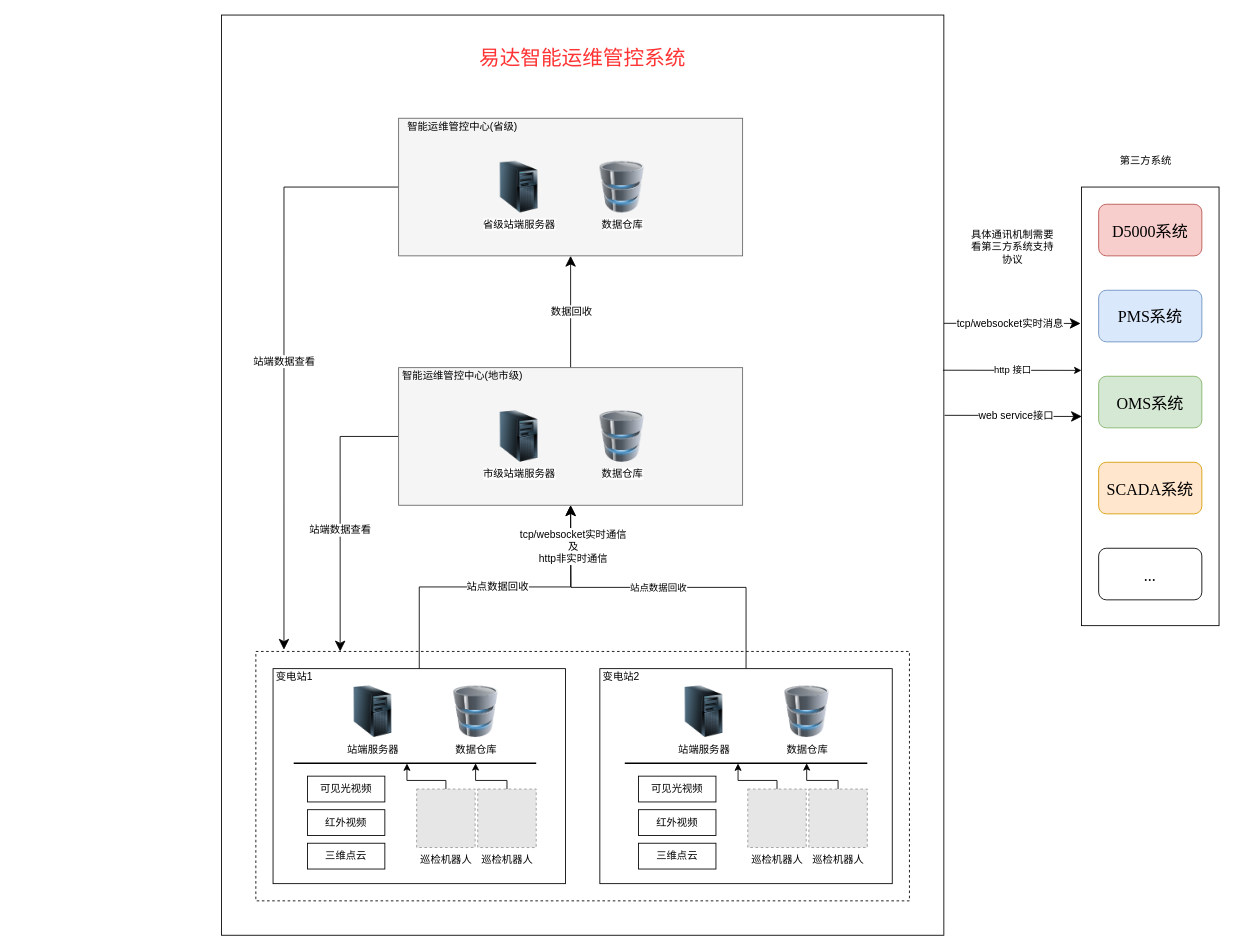
Above: 易达智慧运维平台系统架构图.drawio in wangyufei0807/draw (draw.io), before the change. Source tidied: cells renumbered, new cells numbered last; positions are measured from the earlier drawing's top-left corner, leaving out a move shared by most shapes. Both pictures are drawn from the tidied source at 86%, with x=0, y=0 at pixel (221, 15). Pictures stored in the file or linked from it are replaced by grey dashed boxes.
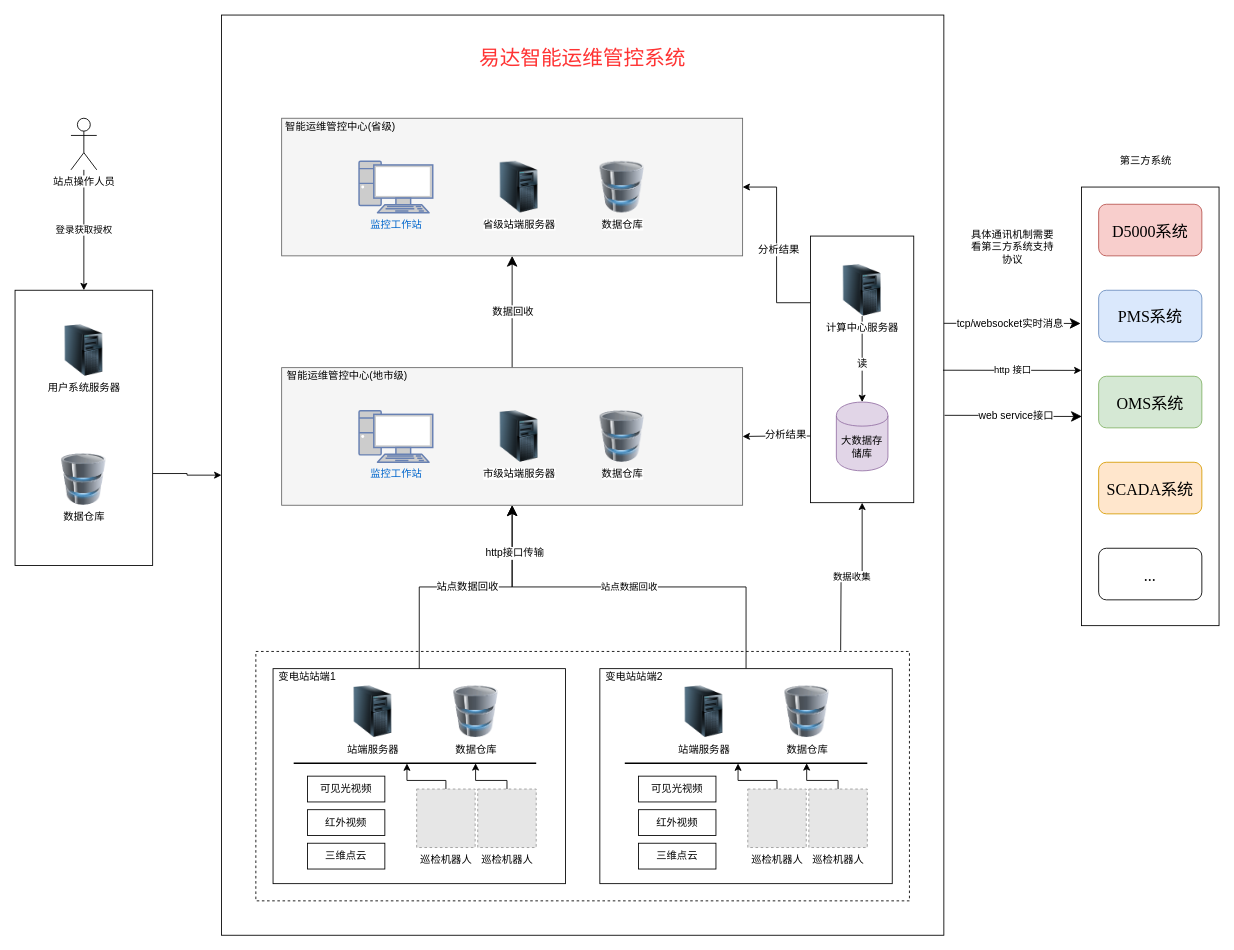
The same page after the edit.

Commit message:
更新易达智慧运维平台系统架构图.drawio

The change refers to these unchanged cells:
```xml
<mxCell id="6" style="rounded=0;whiteSpace=wrap;html=1;" parent="1" vertex="1">
  <mxGeometry width="840" height="1070" as="geometry" />
</mxCell>
<mxCell id="7" style="rounded=0;whiteSpace=wrap;html=1;dashed=1;" parent="1" vertex="1">
  <mxGeometry x="40" y="740" width="760" height="290" as="geometry" />
</mxCell>
<mxCell id="13" style="rounded=0;whiteSpace=wrap;html=1;" parent="1" vertex="1">
  <mxGeometry x="440" y="760" width="340" height="250" as="geometry" />
</mxCell>
```

Change to the diagram source:
```diff
@@
+    <mxCell id="65" style="edgeStyle=orthogonalEdgeStyle;rounded=0;jettySize=auto;html=1;exitX=0;exitY=0.5;exitDx=0;exitDy=0;entryX=1;entryY=0.666;entryDx=0;entryDy=0;entryPerimeter=0;startArrow=classic;startFill=1;endArrow=none;endFill=0;" parent="1" edge="1" source="6" target="77">
+      <mxGeometry relative="1" as="geometry">
+        <Array as="points">
+          <mxPoint x="-40" y="535" />
+          <mxPoint x="-40" y="533" />
+        </Array>
+      </mxGeometry>
+    </mxCell>
@@
-    <mxCell id="11" value="站点数据回收" style="edgeStyle=orthogonalEdgeStyle;rounded=0;jettySize=auto;html=1;exitX=0.5;exitY=0;exitDx=0;exitDy=0;endSize=10;targetPerimeterSpacing=0;" parent="1" edge="1" source="13">
-      <mxGeometry relative="1" as="geometry">
-        <mxPoint x="406" y="570" as="targetPoint" />
-      </mxGeometry>
+    <mxCell id="11" value="站点数据回收" style="edgeStyle=orthogonalEdgeStyle;rounded=0;jettySize=auto;html=1;exitX=0.5;exitY=0;exitDx=0;exitDy=0;endSize=10;targetPerimeterSpacing=0;entryX=0.5;entryY=1;entryDx=0;entryDy=0;" parent="1" edge="1" source="13" target="25">
+      <mxGeometry relative="1" as="geometry" />
     </mxCell>
-    <mxCell id="12" value="tcp/websocket实时通信&lt;br&gt;及&lt;br&gt;http非实时通信" style="text;html=1;align=center;verticalAlign=middle;labelBackgroundColor=#ffffff;" parent="11" vertex="1">
+    <mxCell id="12" value="http接口传输" style="text;html=1;align=center;verticalAlign=middle;labelBackgroundColor=#ffffff;" parent="11" vertex="1">
       <mxGeometry x="0.76" y="-2" relative="1" as="geometry" />
     </mxCell>
@@
-    <mxCell id="14" value="变电站1" style="text;html=1;strokeColor=none;fillColor=none;align=center;verticalAlign=middle;whiteSpace=wrap;rounded=0;" parent="1" vertex="1">
-      <mxGeometry x="60" y="760" width="50" height="20" as="geometry" />
+    <mxCell id="14" value="变电站站端1" style="text;html=1;strokeColor=none;fillColor=none;align=center;verticalAlign=middle;whiteSpace=wrap;rounded=0;" parent="1" vertex="1">
+      <mxGeometry x="60" y="760" width="80" height="20" as="geometry" />
     </mxCell>
-    <mxCell id="15" value="变电站2" style="text;html=1;strokeColor=none;fillColor=none;align=center;verticalAlign=middle;whiteSpace=wrap;rounded=0;" parent="1" vertex="1">
-      <mxGeometry x="440" y="760" width="50" height="20" as="geometry" />
+    <mxCell id="15" value="变电站站端2" style="text;html=1;strokeColor=none;fillColor=none;align=center;verticalAlign=middle;whiteSpace=wrap;rounded=0;" parent="1" vertex="1">
+      <mxGeometry x="440" y="760" width="80" height="20" as="geometry" />
     </mxCell>
@@
-    <mxCell id="23" style="edgeStyle=orthogonalEdgeStyle;rounded=0;jettySize=auto;html=1;exitX=0;exitY=0.5;exitDx=0;exitDy=0;entryX=0.129;entryY=0;entryDx=0;entryDy=0;entryPerimeter=0;endSize=10;targetPerimeterSpacing=0;fontSize=12;fontColor=#000000;" parent="1" edge="1" source="25" target="7">
-      <mxGeometry relative="1" as="geometry">
-        <Array as="points">
-          <mxPoint x="138" y="490" />
-        </Array>
-      </mxGeometry>
-    </mxCell>
-    <mxCell id="24" value="站端数据查看" style="text;html=1;align=center;verticalAlign=middle;labelBackgroundColor=#ffffff;fontSize=12;fontColor=#000000;" parent="23" vertex="1">
-      <mxGeometry x="0.11" y="-1" relative="1" as="geometry" />
-    </mxCell>
     <mxCell id="25" style="rounded=0;whiteSpace=wrap;html=1;fillColor=#f5f5f5;strokeColor=#666666;fontColor=#333333;" parent="1" vertex="1">
-      <mxGeometry x="206" y="410" width="400" height="160" as="geometry" />
+      <mxGeometry x="70" y="410" width="536" height="160" as="geometry" />
     </mxCell>
     <mxCell id="26" value="智能运维管控中心(地市级)" style="text;html=1;strokeColor=none;fillColor=none;align=center;verticalAlign=middle;whiteSpace=wrap;rounded=0;" parent="1" vertex="1">
-      <mxGeometry x="205" y="410" width="151" height="20" as="geometry" />
+      <mxGeometry x="71" y="410" width="151" height="20" as="geometry" />
     </mxCell>
@@
-    <mxCell id="29" value="站端数据查看" style="edgeStyle=orthogonalEdgeStyle;rounded=0;jettySize=auto;html=1;exitX=0;exitY=0.5;exitDx=0;exitDy=0;entryX=0.043;entryY=-0.007;entryDx=0;entryDy=0;entryPerimeter=0;endSize=10;targetPerimeterSpacing=0;fontSize=12;fontColor=#000000;" parent="1" edge="1" source="30" target="7">
-      <mxGeometry relative="1" as="geometry">
-        <Array as="points">
-          <mxPoint x="73" y="200" />
-        </Array>
-      </mxGeometry>
-    </mxCell>
     <mxCell id="30" style="rounded=0;whiteSpace=wrap;html=1;fillColor=#f5f5f5;strokeColor=#666666;fontColor=#333333;" parent="1" vertex="1">
-      <mxGeometry x="206" y="120" width="400" height="160" as="geometry" />
+      <mxGeometry x="70" y="120" width="536" height="160" as="geometry" />
     </mxCell>
     <mxCell id="31" value="智能运维管控中心(省级)" style="text;html=1;strokeColor=none;fillColor=none;align=center;verticalAlign=middle;whiteSpace=wrap;rounded=0;" parent="1" vertex="1">
-      <mxGeometry x="205" y="120" width="151" height="20" as="geometry" />
+      <mxGeometry x="71" y="120" width="135" height="20" as="geometry" />
     </mxCell>
@@
+    <mxCell id="66" value="数据收集" style="edgeStyle=orthogonalEdgeStyle;rounded=0;jettySize=auto;html=1;exitX=0.5;exitY=1;exitDx=0;exitDy=0;startArrow=classic;startFill=1;endArrow=none;endFill=0;" parent="1" edge="1" source="71">
+      <mxGeometry relative="1" as="geometry">
+        <mxPoint x="720" y="739" as="targetPoint" />
+      </mxGeometry>
+    </mxCell>
+    <mxCell id="67" style="edgeStyle=orthogonalEdgeStyle;rounded=0;jettySize=auto;html=1;exitX=0;exitY=0.25;exitDx=0;exitDy=0;entryX=1;entryY=0.5;entryDx=0;entryDy=0;" parent="1" edge="1" source="71" target="30">
+      <mxGeometry relative="1" as="geometry" />
+    </mxCell>
+    <mxCell id="68" value="分析结果" style="text;html=1;align=center;verticalAlign=middle;labelBackgroundColor=#ffffff;" parent="67" vertex="1">
+      <mxGeometry x="-0.04" y="-2" relative="1" as="geometry" />
+    </mxCell>
+    <mxCell id="69" style="edgeStyle=orthogonalEdgeStyle;rounded=0;jettySize=auto;html=1;exitX=0;exitY=0.75;exitDx=0;exitDy=0;entryX=1;entryY=0.5;entryDx=0;entryDy=0;" parent="1" edge="1" source="71" target="25">
+      <mxGeometry relative="1" as="geometry" />
+    </mxCell>
+    <mxCell id="70" value="分析结果" style="text;html=1;align=center;verticalAlign=middle;labelBackgroundColor=#ffffff;" parent="69" vertex="1">
+      <mxGeometry x="-0.24" y="-2" relative="1" as="geometry" />
+    </mxCell>
+    <mxCell id="71" style="rounded=0;whiteSpace=wrap;html=1;" parent="1" vertex="1">
+      <mxGeometry x="685" y="257" width="120" height="310" as="geometry" />
+    </mxCell>
+    <mxCell id="72" value="大数据存储库" style="shape=cylinder;whiteSpace=wrap;html=1;boundedLbl=1;backgroundOutline=1;fillColor=#e1d5e7;strokeColor=#9673a6;" parent="1" vertex="1">
+      <mxGeometry x="715" y="450" width="60" height="80" as="geometry" />
+    </mxCell>
+    <mxCell id="73" style="edgeStyle=orthogonalEdgeStyle;rounded=0;jettySize=auto;html=1;exitX=0.5;exitY=1;exitDx=0;exitDy=0;entryX=0.5;entryY=0;entryDx=0;entryDy=0;" parent="1" edge="1" source="75" target="72">
+      <mxGeometry relative="1" as="geometry" />
+    </mxCell>
+    <mxCell id="74" value="读" style="text;html=1;align=center;verticalAlign=middle;labelBackgroundColor=#ffffff;" parent="73" vertex="1">
+      <mxGeometry x="0.09" y="-1" relative="1" as="geometry" />
+    </mxCell>
+    <mxCell id="75" value="计算中心服务器" style="image;html=1;labelBackgroundColor=#ffffff;image=img/lib/clip_art/computers/Server_Tower_128x128.png;dashed=1;" parent="1" vertex="1">
+      <mxGeometry x="715" y="290" width="60" height="60" as="geometry" />
+    </mxCell>
+    <mxCell id="76" value="登录获取授权" style="edgeStyle=orthogonalEdgeStyle;rounded=0;jettySize=auto;html=1;exitX=0.5;exitY=0;exitDx=0;exitDy=0;startArrow=classic;startFill=1;endArrow=none;endFill=0;" parent="1" edge="1" source="77" target="78">
+      <mxGeometry relative="1" as="geometry" />
+    </mxCell>
+    <mxCell id="77" style="rounded=0;whiteSpace=wrap;html=1;" parent="1" vertex="1">
+      <mxGeometry x="-240" y="320" width="160" height="320" as="geometry" />
+    </mxCell>
+    <mxCell id="78" value="站点操作人员" style="shape=umlActor;verticalLabelPosition=bottom;labelBackgroundColor=#ffffff;verticalAlign=top;html=1;" parent="1" vertex="1">
+      <mxGeometry x="-175" y="120" width="30" height="60" as="geometry" />
+    </mxCell>
+    <mxCell id="79" value="用户系统服务器" style="image;html=1;labelBackgroundColor=#ffffff;image=img/lib/clip_art/computers/Server_Tower_128x128.png;dashed=1;" parent="1" vertex="1">
+      <mxGeometry x="-190" y="360" width="60" height="60" as="geometry" />
+    </mxCell>
+    <mxCell id="80" value="数据仓库" style="image;html=1;labelBackgroundColor=#ffffff;image=img/lib/clip_art/computers/Database_128x128.png;" parent="1" vertex="1">
+      <mxGeometry x="-190" y="510" width="60" height="60" as="geometry" />
+    </mxCell>
+    <mxCell id="81" value="监控工作站" style="fontColor=#0066CC;verticalAlign=top;verticalLabelPosition=bottom;labelPosition=center;align=center;html=1;fillColor=#CCCCCC;strokeColor=#6881B3;gradientColor=none;gradientDirection=north;strokeWidth=2;shape=mxgraph.networks.pc;" parent="1" vertex="1">
+      <mxGeometry x="160" y="170" width="85.7" height="60" as="geometry" />
+    </mxCell>
+    <mxCell id="82" value="监控工作站" style="fontColor=#0066CC;verticalAlign=top;verticalLabelPosition=bottom;labelPosition=center;align=center;html=1;fillColor=#CCCCCC;strokeColor=#6881B3;gradientColor=none;gradientDirection=north;strokeWidth=2;shape=mxgraph.networks.pc;" parent="1" vertex="1">
+      <mxGeometry x="160" y="460" width="85.7" height="60" as="geometry" />
+    </mxCell>
```
